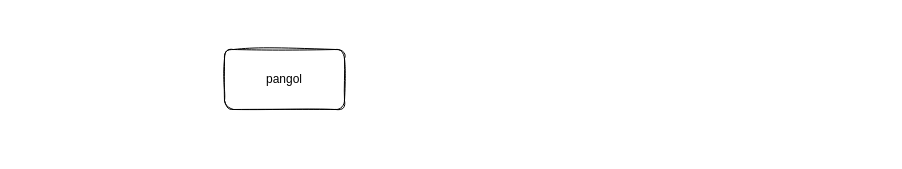
Before: docs/assets/diagrams/ecu-bridge.drawio in mat-docs/Portal.Site, a draw.io diagram. Source tidied: cells renumbered, new cells numbered last; positions are measured from the earlier drawing's top-left corner, leaving out a move shared by most shapes. Both pictures are drawn from the tidied source at 100%, with x=0, y=0 at pixel (224, 49).
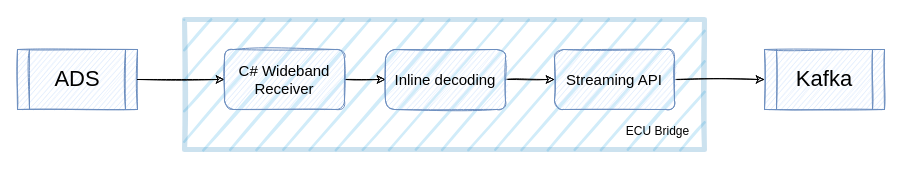
The same diagram, later.

Change to the diagram source:
```diff
@@
 <mxGraphModel>
   <root>
     <mxCell id="0" />
     <mxCell id="1" parent="0" />
+    <mxCell id="3" style="rounded=0;whiteSpace=wrap;html=1;sketch=1;strokeWidth=5;strokeColor=#006EAF;fontFamily=pangolin, cursive;align=right;labelPosition=right;verticalLabelPosition=bottom;verticalAlign=top;fillColor=#1ba1e2;fontColor=#ffffff;opacity=20;" parent="1" vertex="1">
+      <mxGeometry x="-40" y="-30" width="520" height="130" as="geometry" />
+    </mxCell>
+    <mxCell id="4" style="edgeStyle=orthogonalEdgeStyle;rounded=0;jettySize=auto;html=1;entryX=0;entryY=0.5;entryDx=0;entryDy=0;sketch=1;" parent="1" edge="1" source="2" target="12">
+      <mxGeometry relative="1" as="geometry" />
+    </mxCell>
+    <mxCell id="5" value="&lt;font face=&quot;pangolin, cursive&quot; style=&quot;font-size: 22px&quot;&gt;ADS&lt;/font&gt;" style="shape=process;whiteSpace=wrap;html=1;backgroundOutline=1;sketch=1;fillColor=#dae8fc;strokeColor=#6c8ebf;" parent="1" vertex="1">
+      <mxGeometry x="-207" width="120" height="60" as="geometry" />
+    </mxCell>
+    <mxCell id="6" value="&lt;font style=&quot;font-size: 22px&quot; face=&quot;pangolin, cursive&quot;&gt;Kafka&lt;/font&gt;" style="shape=process;whiteSpace=wrap;html=1;backgroundOutline=1;sketch=1;fillColor=#dae8fc;strokeColor=#6c8ebf;" parent="1" vertex="1">
+      <mxGeometry x="540" width="120" height="60" as="geometry" />
+    </mxCell>
+    <mxCell id="7" style="endArrow=classic;html=1;rounded=0;entryX=0;entryY=0.5;entryDx=0;entryDy=0;sketch=1;" parent="1" edge="1" target="6">
+      <mxGeometry relative="1" as="geometry">
+        <mxPoint x="450" y="30" as="sourcePoint" />
+      </mxGeometry>
+    </mxCell>
+    <mxCell id="8" style="endArrow=classic;html=1;rounded=0;exitX=1;exitY=0.5;exitDx=0;exitDy=0;sketch=1;" parent="1" edge="1" source="5">
+      <mxGeometry relative="1" as="geometry">
+        <mxPoint y="30" as="targetPoint" />
+      </mxGeometry>
+    </mxCell>
+    <mxCell id="9" style="endArrow=classic;html=1;rounded=0;entryX=0;entryY=0.5;entryDx=0;entryDy=0;exitX=1;exitY=0.5;exitDx=0;exitDy=0;sketch=1;" parent="1" edge="1" source="12" target="11">
+      <mxGeometry relative="1" as="geometry" />
+    </mxCell>
+    <mxCell id="10" value="&lt;font face=&quot;pangolin, cursive&quot;&gt;ECU Bridge&lt;/font&gt;" style="text;html=1;strokeColor=none;fillColor=none;align=center;verticalAlign=middle;whiteSpace=wrap;rounded=0;sketch=1;" parent="1" vertex="1">
+      <mxGeometry x="390" y="67" width="87" height="30" as="geometry" />
+    </mxCell>
-    <mxCell id="2" value="pangol" style="rounded=1;whiteSpace=wrap;html=1;sketch=1;" parent="1" vertex="1">
+    <mxCell id="2" value="&lt;font style=&quot;font-size: 15px&quot; face=&quot;pangolin, cursive&quot;&gt;C# Wideband Receiver&lt;/font&gt;" style="rounded=1;whiteSpace=wrap;html=1;sketch=1;fillColor=#dae8fc;strokeColor=#6c8ebf;" parent="1" vertex="1">
       <mxGeometry width="120" height="60" as="geometry" />
     </mxCell>
+    <mxCell id="11" value="&lt;font face=&quot;pangolin, cursive&quot; style=&quot;font-size: 15px&quot;&gt;Streaming API&lt;/font&gt;" style="rounded=1;whiteSpace=wrap;html=1;sketch=1;fillColor=#dae8fc;strokeColor=#6c8ebf;" parent="1" vertex="1">
+      <mxGeometry x="330" width="120" height="60" as="geometry" />
+    </mxCell>
+    <mxCell id="12" value="&lt;font style=&quot;font-size: 15px&quot; face=&quot;pangolin, cursive&quot;&gt;Inline decoding&lt;/font&gt;" style="rounded=1;whiteSpace=wrap;html=1;sketch=1;fillColor=#dae8fc;strokeColor=#6c8ebf;" parent="1" vertex="1">
+      <mxGeometry x="161" width="120" height="60" as="geometry" />
+    </mxCell>
   </root>
 </mxGraphModel>
```
